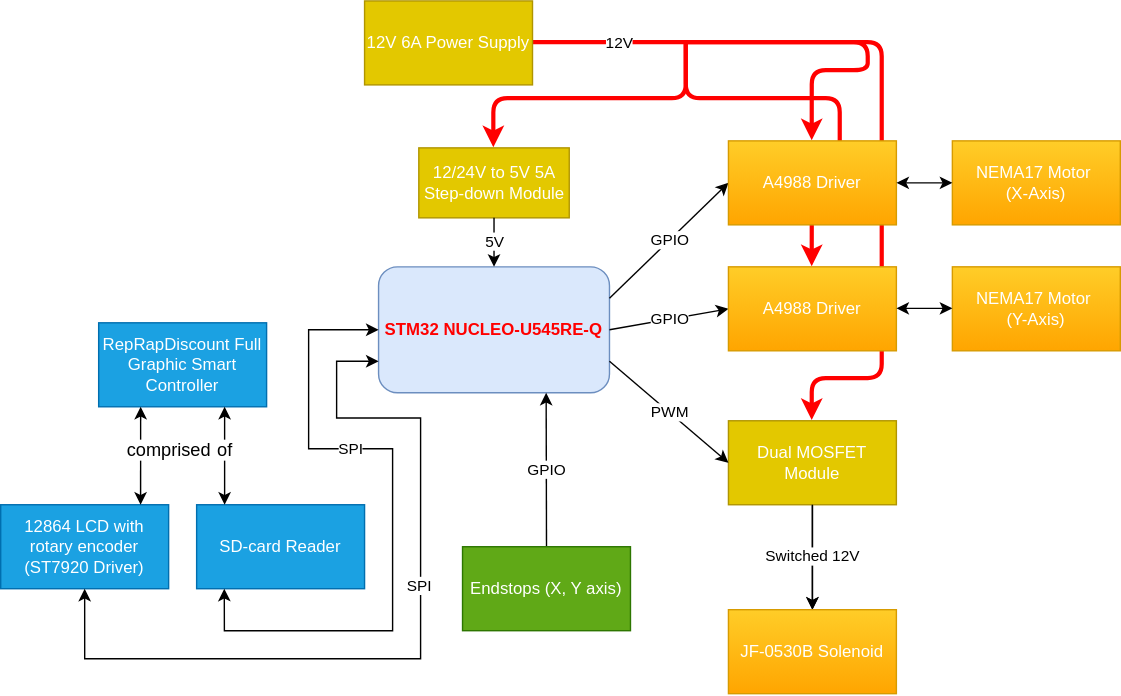
Above: website/versioned_docs/version-fils_en/project/2026/elian_daniel.enache/rustyplotterschematic.svg in UPB-PMRust/website (draw.io), before the change. Source tidied: cells renumbered, new cells last; positions are measured from the earlier drawing's top-left corner, leaving out a move shared by most shapes.
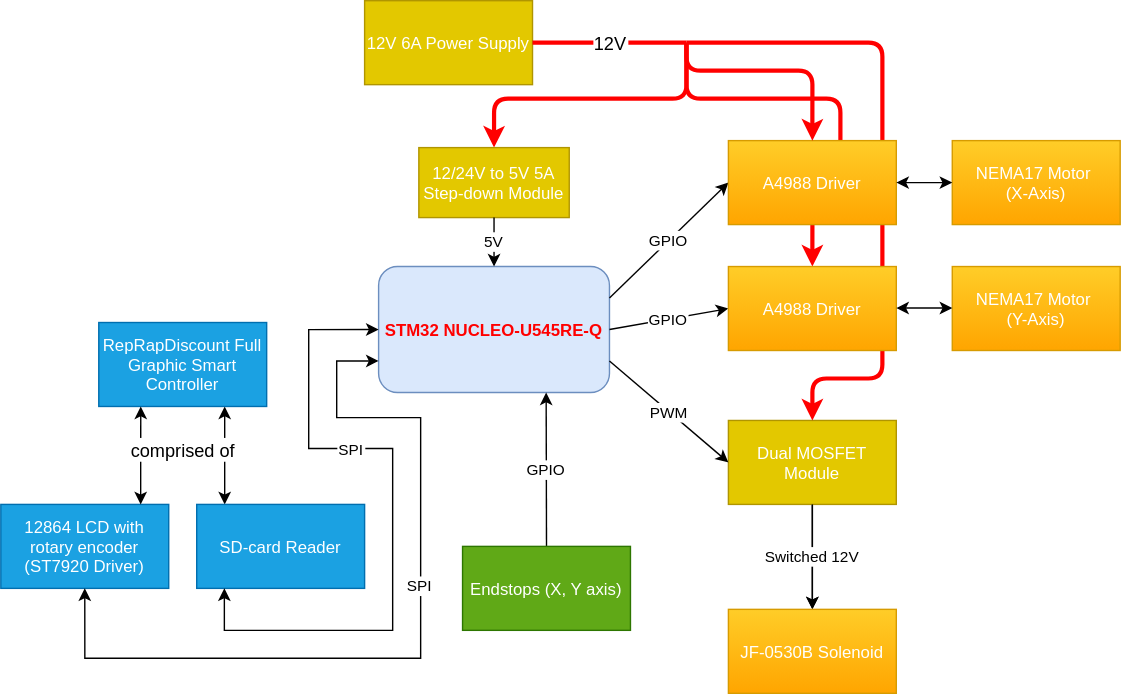
After the commit.

Commit message:
fix: changed the svg file to get rid of the pngs hidden inside

The edit, as a diff of the source:
```diff
@@ -2,19 +2,25 @@
   <root>
     <mxCell id="0" />
     <mxCell id="1" parent="0" />
+    <mxCell id="19" style="endArrow=classic;startArrow=classic;rounded=0;exitX=1;exitY=0.5;exitDx=0;exitDy=0;entryX=0.75;entryY=0;entryDx=0;entryDy=0;strokeColor=light-dark(#000000,#FFFFFF);" parent="1" edge="1">
+      <mxGeometry relative="1" as="geometry">
+        <mxPoint x="160" y="290" as="sourcePoint" />
+        <mxPoint x="160" y="360" as="targetPoint" />
+      </mxGeometry>
+    </mxCell>
-    <mxCell id="2" value="&lt;span&gt;STM32 NUCLEO-U545RE-Q&lt;/span&gt;" style="rounded=1;whiteSpace=wrap;html=1;fillColor=#dae8fc;strokeColor=#6c8ebf;fontColor=light-dark(#FF0000,#FF0000);fontStyle=1;" parent="1" vertex="1">
+    <mxCell id="2" value="STM32 NUCLEO-U545RE-Q" style="rounded=1;fillColor=#dae8fc;strokeColor=#6c8ebf;fontColor=light-dark(#FF0000,#FF0000);fontStyle=1;" parent="1" vertex="1">
       <mxGeometry x="270" y="190" width="165" height="90" as="geometry" />
     </mxCell>
-    <mxCell id="3" value="RepRapDiscount Full Graphic Smart Controller" style="whiteSpace=wrap;html=1;fillColor=#1ba1e2;strokeColor=#006EAF;fontColor=light-dark(#FFFFFF,#FFFFFF);" parent="1" vertex="1">
+    <mxCell id="3" value="RepRapDiscount Full&#10;Graphic Smart&#10;Controller" style="fillColor=#1ba1e2;strokeColor=#006EAF;fontColor=light-dark(#FFFFFF,#FFFFFF);labelBackgroundColor=none;" parent="1" vertex="1">
       <mxGeometry x="70" y="230" width="120" height="60" as="geometry" />
     </mxCell>
-    <mxCell id="4" style="edgeStyle=orthogonalEdgeStyle;rounded=0;jettySize=auto;html=1;" parent="1" edge="1" source="5" target="28">
+    <mxCell id="4" style="edgeStyle=orthogonalEdgeStyle;rounded=0;jettySize=auto;" parent="1" edge="1" source="5" target="28">
       <mxGeometry relative="1" as="geometry" />
     </mxCell>
-    <mxCell id="5" value="Dual MOSFET Module" style="rounded=0;whiteSpace=wrap;html=1;fillColor=#e3c800;strokeColor=#B09500;fontColor=light-dark(#FFFFFF,#FFFFFF);" parent="1" vertex="1">
+    <mxCell id="5" value="Dual MOSFET&#10;Module" style="rounded=0;fillColor=#e3c800;strokeColor=#B09500;fontColor=light-dark(#FFFFFF,#FFFFFF);labelBackgroundColor=none;" parent="1" vertex="1">
       <mxGeometry x="520" y="300" width="120" height="60" as="geometry" />
     </mxCell>
-    <mxCell id="6" style="endArrow=classic;html=1;entryX=0.5;entryY=0;entryDx=0;entryDy=0;strokeWidth=3;strokeColor=light-dark(#FF0000,#FF0000);edgeStyle=orthogonalEdgeStyle;" parent="1" edge="1" target="5">
+    <mxCell id="6" style="endArrow=classic;entryX=0.5;entryY=0;entryDx=0;entryDy=0;strokeWidth=3;strokeColor=light-dark(#FF0000,#FF0000);edgeStyle=orthogonalEdgeStyle;" parent="1" edge="1" target="5">
       <mxGeometry relative="1" as="geometry">
         <mxPoint x="490" y="30" as="sourcePoint" />
         <Array as="points">
@@ -24,7 +30,7 @@
         </Array>
       </mxGeometry>
     </mxCell>
-    <mxCell id="7" style="endArrow=classic;html=1;entryX=0.5;entryY=0;entryDx=0;entryDy=0;strokeWidth=3;strokeColor=light-dark(#FF0000,#FF0000);edgeStyle=orthogonalEdgeStyle;" parent="1" edge="1" target="30">
+    <mxCell id="7" style="endArrow=classic;entryX=0.5;entryY=0;entryDx=0;entryDy=0;strokeWidth=3;strokeColor=light-dark(#FF0000,#FF0000);edgeStyle=orthogonalEdgeStyle;" parent="1" edge="1" target="30">
       <mxGeometry relative="1" as="geometry">
         <mxPoint x="490" y="30" as="sourcePoint" />
         <Array as="points">
@@ -35,69 +41,40 @@
         </Array>
       </mxGeometry>
     </mxCell>
-    <mxCell id="8" value="GPIO" style="endArrow=classic;html=1;exitX=1;exitY=0.25;exitDx=0;exitDy=0;entryX=0;entryY=0.5;entryDx=0;entryDy=0;strokeColor=light-dark(#000000,#FFB366);" parent="1" edge="1" source="2" target="29">
+    <mxCell id="8" value="GPIO" style="endArrow=classic;exitX=1;exitY=0.25;exitDx=0;exitDy=0;entryX=0;entryY=0.5;entryDx=0;entryDy=0;strokeColor=light-dark(#000000,#FFFFFF);textShadow=0;labelBackgroundColor=default;" parent="1" edge="1" source="2" target="29">
       <mxGeometry relative="1" as="geometry" />
     </mxCell>
-    <mxCell id="9" value="GPIO" style="endArrow=classic;html=1;exitX=1;exitY=0.5;exitDx=0;exitDy=0;entryX=0;entryY=0.5;entryDx=0;entryDy=0;strokeColor=light-dark(#000000,#FFB366);" parent="1" edge="1" source="2" target="30">
+    <mxCell id="9" value="GPIO" style="endArrow=classic;exitX=1;exitY=0.5;exitDx=0;exitDy=0;entryX=0;entryY=0.5;entryDx=0;entryDy=0;strokeColor=light-dark(#000000,#FFFFFF);textShadow=0;labelBackgroundColor=default;" parent="1" edge="1" source="2" target="30">
       <mxGeometry relative="1" as="geometry" />
     </mxCell>
-    <mxCell id="10" value="&lt;div&gt;&lt;br&gt;&lt;/div&gt;&lt;div&gt;&lt;br&gt;&lt;/div&gt;" style="endArrow=classic;html=1;exitX=1;exitY=0.5;exitDx=0;exitDy=0;entryX=0.5;entryY=0;entryDx=0;entryDy=0;strokeWidth=3;strokeColor=light-dark(#FF0000,#FF0000);edgeStyle=orthogonalEdgeStyle;" parent="1" edge="1" target="29">
-      <mxGeometry x="-0.28" relative="1" as="geometry">
-        <mxPoint x="310" y="30" as="sourcePoint" />
-        <Array as="points">
-          <mxPoint x="620" y="30" />
-          <mxPoint x="620" y="50" />
-          <mxPoint x="580" y="50" />
-        </Array>
-      </mxGeometry>
-    </mxCell>
-    <mxCell id="11" value="12V" style="edgeLabel;html=1;align=center;verticalAlign=middle;" parent="10" vertex="1">
-      <mxGeometry x="-0.29" y="1" relative="1" as="geometry">
-        <mxPoint x="-19" y="1" as="offset" />
-      </mxGeometry>
-    </mxCell>
-    <mxCell id="12" value="PWM" style="endArrow=classic;html=1;exitX=1;exitY=0.75;exitDx=0;exitDy=0;entryX=0;entryY=0.5;entryDx=0;entryDy=0;strokeColor=light-dark(#000000,#FFB366);" parent="1" edge="1" source="2" target="5">
+    <mxCell id="12" value="PWM" style="endArrow=classic;exitX=1;exitY=0.75;exitDx=0;exitDy=0;entryX=0;entryY=0.5;entryDx=0;entryDy=0;strokeColor=light-dark(#000000,#FFFFFF);textShadow=0;labelBackgroundColor=default;" parent="1" edge="1" source="2" target="5">
       <mxGeometry relative="1" as="geometry" />
     </mxCell>
-    <mxCell id="13" value="Switched 12V" style="endArrow=classic;html=1;entryX=0.5;entryY=0;entryDx=0;entryDy=0;exitX=0.5;exitY=1;exitDx=0;exitDy=0;strokeColor=light-dark(#000000,#FFB366);" parent="1" edge="1" source="5" target="28">
+    <mxCell id="13" value="Switched 12V" style="endArrow=classic;entryX=0.5;entryY=0;entryDx=0;entryDy=0;exitX=0.5;exitY=1;exitDx=0;exitDy=0;strokeColor=light-dark(#000000,#FFFFFF);textShadow=0;labelBackgroundColor=default;" parent="1" edge="1" source="5" target="28">
       <mxGeometry relative="1" as="geometry" />
     </mxCell>
-    <mxCell id="14" value="GPIO" style="endArrow=classic;html=1;entryX=0.75;entryY=1;entryDx=0;entryDy=0;exitX=0.5;exitY=0;exitDx=0;exitDy=0;strokeColor=light-dark(#000000,#FFB366);" parent="1" edge="1" source="26">
+    <mxCell id="14" value="GPIO" style="endArrow=classic;entryX=0.75;entryY=1;entryDx=0;entryDy=0;exitX=0.5;exitY=0;exitDx=0;exitDy=0;strokeColor=light-dark(#000000,#FFFFFF);textShadow=0;labelBackgroundColor=default;" parent="1" edge="1" source="26">
       <mxGeometry relative="1" as="geometry">
         <mxPoint x="389.8" y="280" as="targetPoint" />
       </mxGeometry>
     </mxCell>
-    <mxCell id="15" value="12864 LCD with rotary encoder&lt;br&gt;(ST7920 Driver)" style="whiteSpace=wrap;html=1;fillColor=#1ba1e2;strokeColor=#006EAF;fontColor=light-dark(#FFFFFF,#FFFFFF);" parent="1" vertex="1">
+    <mxCell id="15" value="12864 LCD with&#10;rotary encoder&#10;(ST7920 Driver)" style="fillColor=#1ba1e2;strokeColor=#006EAF;fontColor=light-dark(#FFFFFF,#FFFFFF);labelBackgroundColor=none;" parent="1" vertex="1">
       <mxGeometry y="360" width="120" height="60" as="geometry" />
     </mxCell>
-    <mxCell id="16" value="SD-card Reader" style="whiteSpace=wrap;html=1;fillColor=#1ba1e2;strokeColor=#006EAF;fontColor=light-dark(#FFFFFF,#FFFFFF);" parent="1" vertex="1">
+    <mxCell id="16" value="SD-card Reader" style="fillColor=#1ba1e2;strokeColor=#006EAF;fontColor=light-dark(#FFFFFF,#FFFFFF);labelBackgroundColor=none;" parent="1" vertex="1">
       <mxGeometry x="140" y="360" width="120" height="60" as="geometry" />
     </mxCell>
-    <mxCell id="17" style="endArrow=classic;startArrow=classic;html=1;rounded=0;exitX=1;exitY=0.5;exitDx=0;exitDy=0;entryX=0.833;entryY=0;entryDx=0;entryDy=0;entryPerimeter=0;strokeColor=light-dark(#000000,#FFB366);" parent="1" edge="1" target="15">
+    <mxCell id="17" style="endArrow=classic;startArrow=classic;rounded=0;exitX=1;exitY=0.5;exitDx=0;exitDy=0;entryX=0.833;entryY=0;entryDx=0;entryDy=0;entryPerimeter=0;strokeColor=light-dark(#000000,#FFFFFF);" parent="1" edge="1" target="15">
       <mxGeometry relative="1" as="geometry">
         <mxPoint x="100" y="290" as="sourcePoint" />
       </mxGeometry>
     </mxCell>
-    <mxCell id="18" value="&lt;div&gt;comprised&lt;/div&gt;" style="edgeLabel;html=1;align=center;verticalAlign=middle;fontSize=13;" parent="17" vertex="1">
+    <mxCell id="18" value="comprised of" style="edgeLabel;align=center;verticalAlign=middle;fontSize=13;textShadow=0;labelBackgroundColor=default;" parent="17" vertex="1">
       <mxGeometry x="-0.04" y="-2" relative="1" as="geometry">
-        <mxPoint x="22" y="-3" as="offset" />
+        <mxPoint x="32" y="-3" as="offset" />
       </mxGeometry>
     </mxCell>
-    <mxCell id="19" style="endArrow=classic;startArrow=classic;html=1;rounded=0;exitX=1;exitY=0.5;exitDx=0;exitDy=0;entryX=0.75;entryY=0;entryDx=0;entryDy=0;strokeColor=light-dark(#000000,#FFB366);" parent="1" edge="1">
-      <mxGeometry relative="1" as="geometry">
-        <mxPoint x="160" y="290" as="sourcePoint" />
-        <mxPoint x="160" y="360" as="targetPoint" />
-      </mxGeometry>
-    </mxCell>
-    <mxCell id="20" value="&lt;div&gt;&lt;br&gt;&lt;/div&gt;&lt;div&gt;&lt;br&gt;&lt;/div&gt;" style="edgeLabel;html=1;align=center;verticalAlign=middle;" parent="19" vertex="1">
-      <mxGeometry x="-0.16" y="1" relative="1" as="geometry" />
-    </mxCell>
-    <mxCell id="21" value="&lt;div&gt;of&lt;/div&gt;" style="edgeLabel;html=1;align=center;verticalAlign=middle;fontSize=13;" parent="19" vertex="1">
-      <mxGeometry x="-0.02" relative="1" as="geometry">
-        <mxPoint y="-4" as="offset" />
-      </mxGeometry>
-    </mxCell>
-    <mxCell id="22" style="endArrow=classic;startArrow=classic;html=1;rounded=0;edgeStyle=orthogonalEdgeStyle;exitX=0;exitY=0.5;exitDx=0;exitDy=0;strokeColor=light-dark(#000000,#FFB366);" parent="1" edge="1" source="2">
+    <mxCell id="22" style="endArrow=classic;startArrow=classic;rounded=0;edgeStyle=orthogonalEdgeStyle;exitX=0;exitY=0.5;exitDx=0;exitDy=0;strokeColor=light-dark(#000000,#FFFFFF);" parent="1" edge="1" source="2">
       <mxGeometry relative="1" as="geometry">
         <mxPoint x="159.8" y="420" as="targetPoint" />
         <Array as="points">
@@ -109,12 +86,12 @@
         </Array>
       </mxGeometry>
     </mxCell>
-    <mxCell id="23" value="SPI" style="edgeLabel;html=1;align=center;verticalAlign=middle;" parent="22" vertex="1">
+    <mxCell id="23" value="SPI" style="edgeLabel;align=center;verticalAlign=middle;textShadow=0;labelBackgroundColor=default;" parent="22" vertex="1">
       <mxGeometry x="-0.16" y="-1" relative="1" as="geometry">
         <mxPoint x="-29" y="-5" as="offset" />
       </mxGeometry>
     </mxCell>
-    <mxCell id="24" style="endArrow=classic;startArrow=classic;html=1;rounded=0;edgeStyle=orthogonalEdgeStyle;exitX=0;exitY=0.75;exitDx=0;exitDy=0;entryX=0.5;entryY=1;entryDx=0;entryDy=0;strokeColor=light-dark(#000000,#FFB366);" parent="1" edge="1" source="2" target="15">
+    <mxCell id="24" style="endArrow=classic;startArrow=classic;rounded=0;edgeStyle=orthogonalEdgeStyle;exitX=0;exitY=0.75;exitDx=0;exitDy=0;entryX=0.5;entryY=1;entryDx=0;entryDy=0;strokeColor=light-dark(#000000,#FFFFFF);" parent="1" edge="1" source="2" target="15">
       <mxGeometry relative="1" as="geometry">
         <Array as="points">
           <mxPoint x="240" y="258" />
@@ -125,48 +102,42 @@
         </Array>
       </mxGeometry>
     </mxCell>
-    <mxCell id="25" value="SPI" style="edgeLabel;html=1;align=center;verticalAlign=middle;" parent="24" vertex="1">
+    <mxCell id="25" value="SPI" style="edgeLabel;align=center;verticalAlign=middle;textShadow=0;labelBackgroundColor=default;" parent="24" vertex="1">
       <mxGeometry x="-0.16" y="-1" relative="1" as="geometry" />
     </mxCell>
-    <mxCell id="26" value="Endstops (X, Y axis)" style="whiteSpace=wrap;html=1;fillColor=#60a917;strokeColor=#2D7600;fontColor=light-dark(#FFFFFF,#FFFFFF);" parent="1" vertex="1">
+    <mxCell id="26" value="Endstops (X, Y axis)" style="fillColor=#60a917;strokeColor=#2D7600;fontColor=light-dark(#FFFFFF,#FFFFFF);labelBackgroundColor=none;" parent="1" vertex="1">
       <mxGeometry x="330" y="390" width="120" height="60" as="geometry" />
     </mxCell>
-    <mxCell id="27" value="12V 6A Power Supply" style="rounded=0;whiteSpace=wrap;html=1;fillColor=#e3c800;strokeColor=#B09500;fontColor=light-dark(#FFFFFF,#FFFFFF);" parent="1" vertex="1">
+    <mxCell id="27" value="12V 6A Power Supply" style="rounded=0;fillColor=#e3c800;strokeColor=#B09500;fontColor=light-dark(#FFFFFF,#FFFFFF);labelBackgroundColor=none;" parent="1" vertex="1">
       <mxGeometry x="260" width="120" height="60" as="geometry" />
     </mxCell>
-    <mxCell id="28" value="JF-0530B Solenoid" style="whiteSpace=wrap;html=1;fillColor=#ffcd28;strokeColor=#d79b00;gradientColor=#ffa500;fontColor=light-dark(#FFFFFF,#FFFFFF);" parent="1" vertex="1">
+    <mxCell id="28" value="JF-0530B Solenoid" style="fillColor=#ffcd28;strokeColor=#d79b00;gradientColor=#ffa500;fontColor=light-dark(#FFFFFF,#FFFFFF);labelBackgroundColor=none;" parent="1" vertex="1">
       <mxGeometry x="520" y="435" width="120" height="60" as="geometry" />
     </mxCell>
-    <mxCell id="29" value="A4988 Driver" style="rounded=0;whiteSpace=wrap;html=1;fillColor=#ffcd28;strokeColor=#d79b00;gradientColor=#ffa500;fontColor=light-dark(#FFFFFF,#FFFFFF);" parent="1" vertex="1">
+    <mxCell id="29" value="A4988 Driver" style="rounded=0;fillColor=#ffcd28;strokeColor=#d79b00;gradientColor=#ffa500;fontColor=light-dark(#FFFFFF,#FFFFFF);labelBackgroundColor=none;" parent="1" vertex="1">
       <mxGeometry x="520" y="100" width="120" height="60" as="geometry" />
     </mxCell>
-    <mxCell id="30" value="A4988 Driver" style="rounded=0;whiteSpace=wrap;html=1;fillColor=#ffcd28;strokeColor=#d79b00;gradientColor=#ffa500;fontColor=light-dark(#FFFFFF,#FFFFFF);" parent="1" vertex="1">
+    <mxCell id="30" value="A4988 Driver" style="rounded=0;fillColor=#ffcd28;strokeColor=#d79b00;gradientColor=#ffa500;fontColor=light-dark(#FFFFFF,#FFFFFF);labelBackgroundColor=none;" parent="1" vertex="1">
       <mxGeometry x="520" y="190" width="120" height="60" as="geometry" />
     </mxCell>
-    <mxCell id="31" value="NEMA17 Motor&amp;nbsp;&lt;br&gt;(X-Axis)" style="rounded=0;whiteSpace=wrap;html=1;fillColor=#ffcd28;strokeColor=#d79b00;gradientColor=#ffa500;fontColor=light-dark(#FFFFFF,#FFFFFF);" parent="1" vertex="1">
+    <mxCell id="31" value="NEMA17 Motor &#10;(X-Axis)" style="rounded=0;fillColor=#ffcd28;strokeColor=#d79b00;gradientColor=#ffa500;fontColor=light-dark(#FFFFFF,#FFFFFF);labelBackgroundColor=none;" parent="1" vertex="1">
       <mxGeometry x="680" y="100" width="120" height="60" as="geometry" />
     </mxCell>
-    <mxCell id="32" value="NEMA17 Motor&amp;nbsp;&lt;br&gt;(Y-Axis)" style="rounded=0;whiteSpace=wrap;html=1;fillColor=#ffcd28;strokeColor=#d79b00;gradientColor=#ffa500;fontColor=light-dark(#FFFFFF,#FFFFFF);" parent="1" vertex="1">
+    <mxCell id="32" value="NEMA17 Motor &#10;(Y-Axis)" style="rounded=0;fillColor=#ffcd28;strokeColor=#d79b00;gradientColor=#ffa500;fontColor=light-dark(#FFFFFF,#FFFFFF);labelBackgroundColor=none;" parent="1" vertex="1">
       <mxGeometry x="680" y="190" width="120" height="60" as="geometry" />
     </mxCell>
-    <mxCell id="33" style="endArrow=classic;startArrow=classic;html=1;rounded=0;entryX=0;entryY=0.5;entryDx=0;entryDy=0;strokeColor=light-dark(#000000,#FFB366);" parent="1" edge="1" target="31">
+    <mxCell id="33" style="endArrow=classic;startArrow=classic;rounded=0;entryX=0;entryY=0.5;entryDx=0;entryDy=0;strokeColor=light-dark(#000000,#FFFFFF);" parent="1" edge="1" target="31">
       <mxGeometry relative="1" as="geometry">
         <mxPoint x="640" y="130" as="sourcePoint" />
       </mxGeometry>
     </mxCell>
-    <mxCell id="34" value="&lt;div&gt;&lt;br&gt;&lt;/div&gt;&lt;div&gt;&lt;br&gt;&lt;/div&gt;" style="edgeLabel;html=1;align=center;verticalAlign=middle;" parent="33" vertex="1">
-      <mxGeometry x="-0.16" y="1" relative="1" as="geometry" />
-    </mxCell>
-    <mxCell id="35" style="endArrow=classic;startArrow=classic;html=1;rounded=0;entryX=0;entryY=0.5;entryDx=0;entryDy=0;strokeColor=light-dark(#000000,#FFB366);" parent="1" edge="1">
+    <mxCell id="35" style="endArrow=classic;startArrow=classic;rounded=0;entryX=0;entryY=0.5;entryDx=0;entryDy=0;strokeColor=light-dark(#000000,#FFFFFF);" parent="1" edge="1">
       <mxGeometry relative="1" as="geometry">
         <mxPoint x="640" y="219.7" as="sourcePoint" />
         <mxPoint x="680" y="219.7" as="targetPoint" />
       </mxGeometry>
     </mxCell>
-    <mxCell id="36" value="&lt;div&gt;&lt;br&gt;&lt;/div&gt;&lt;div&gt;&lt;br&gt;&lt;/div&gt;" style="edgeLabel;html=1;align=center;verticalAlign=middle;" parent="35" vertex="1">
-      <mxGeometry x="-0.16" y="1" relative="1" as="geometry" />
-    </mxCell>
-    <mxCell id="37" style="endArrow=classic;html=1;strokeWidth=3;strokeColor=light-dark(#FF0000,#FF0000);edgeStyle=orthogonalEdgeStyle;entryX=0.5;entryY=0;entryDx=0;entryDy=0;" parent="1" edge="1" target="38">
+    <mxCell id="37" style="endArrow=classic;strokeWidth=3;strokeColor=light-dark(#FF0000,#FF0000);edgeStyle=orthogonalEdgeStyle;entryX=0.5;entryY=0;entryDx=0;entryDy=0;" parent="1" edge="1" target="38">
       <mxGeometry relative="1" as="geometry">
         <mxPoint x="490" y="30" as="sourcePoint" />
         <Array as="points">
@@ -175,11 +146,30 @@
         </Array>
       </mxGeometry>
     </mxCell>
-    <mxCell id="38" value="12/24V to 5V 5A&lt;br&gt;Step-down Module" style="rounded=0;whiteSpace=wrap;html=1;fillColor=#e3c800;strokeColor=#B09500;fontColor=light-dark(#FFFFFF,#FFFFFF);" parent="1" vertex="1">
+    <mxCell id="38" value="12/24V to 5V 5A&#10;Step-down Module" style="rounded=0;fillColor=#e3c800;strokeColor=#B09500;fontColor=light-dark(#FFFFFF,#FFFFFF);labelBackgroundColor=none;" parent="1" vertex="1">
       <mxGeometry x="298.8" y="105" width="107.5" height="50" as="geometry" />
     </mxCell>
-    <mxCell id="39" value="&lt;div&gt;5V&lt;/div&gt;" style="endArrow=classic;html=1;entryX=0.5;entryY=0;entryDx=0;entryDy=0;exitX=0.5;exitY=1;exitDx=0;exitDy=0;strokeColor=light-dark(#000000,#FFB366);" parent="1" edge="1" source="38" target="2">
+    <mxCell id="39" value="5V" style="endArrow=classic;entryX=0.5;entryY=0;entryDx=0;entryDy=0;exitX=0.5;exitY=1;exitDx=0;exitDy=0;strokeColor=light-dark(#000000,#FFFFFF);textShadow=0;labelBackgroundColor=default;" parent="1" edge="1" source="38" target="2">
       <mxGeometry relative="1" as="geometry" />
     </mxCell>
+    <mxCell id="40" style="endArrow=none;html=1;rounded=1;strokeWidth=3;curved=0;strokeColor=light-dark(#FF0000,#FF0000);exitX=1;exitY=0.5;exitDx=0;exitDy=0;" parent="1" edge="1" source="27">
+      <mxGeometry relative="1" as="geometry">
+        <mxPoint x="490" y="30" as="targetPoint" />
+      </mxGeometry>
+    </mxCell>
+    <mxCell id="11" value="12V" style="edgeLabel;align=center;verticalAlign=middle;labelBackgroundColor=default;fontSize=13;" parent="40" vertex="1">
+      <mxGeometry x="-0.04" y="1" relative="1" as="geometry">
+        <mxPoint x="2" y="1" as="offset" />
+      </mxGeometry>
+    </mxCell>
+    <mxCell id="41" style="endArrow=classic;strokeWidth=3;strokeColor=light-dark(#FF0000,#FF0000);edgeStyle=orthogonalEdgeStyle;entryX=0.5;entryY=0;entryDx=0;entryDy=0;" parent="1" edge="1" target="29">
+      <mxGeometry relative="1" as="geometry">
+        <mxPoint x="490" y="30" as="sourcePoint" />
+        <Array as="points">
+          <mxPoint x="490" y="50" />
+          <mxPoint x="580" y="50" />
+        </Array>
+      </mxGeometry>
+    </mxCell>
   </root>
 </mxGraphModel>
```
